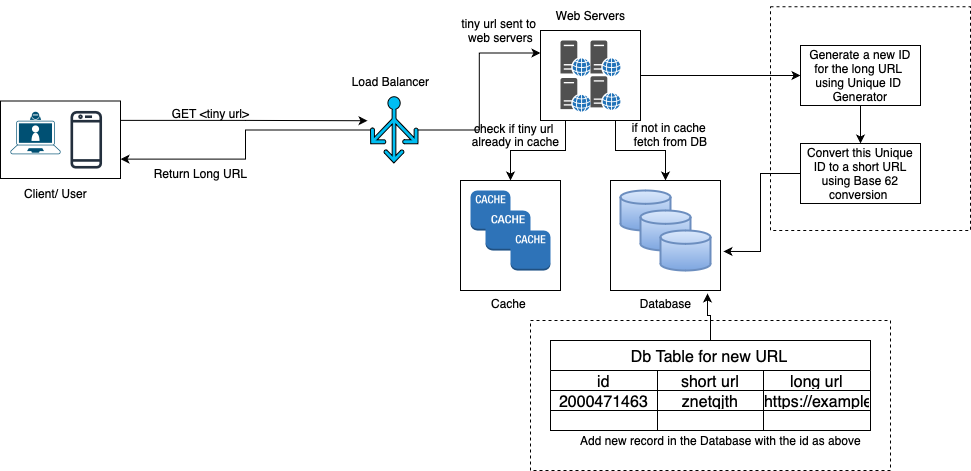
Earlier version of the draw.io export Designs/HLD/URL Shortener.png (chetana-c/SystemDesign). Source tidied: cells renumbered, new cells last; positions are measured from the earlier drawing's top-left corner, leaving out a move shared by most shapes. Source of this version:
```xml
<mxGraphModel>
  <root>
    <mxCell id="0" />
    <mxCell id="1" parent="0" />
    <mxCell id="2" style="sketch=0;fontColor=#232F3E;gradientColor=none;fillColor=#232F3D;strokeColor=none;dashed=0;verticalLabelPosition=bottom;verticalAlign=top;align=center;html=1;fontSize=12;fontStyle=0;shape=mxgraph.aws4.mobile_client;" parent="1" vertex="1">
      <mxGeometry x="70" y="109.2" width="31.5" height="60" as="geometry" />
    </mxCell>
    <mxCell id="3" style="verticalLabelPosition=bottom;sketch=0;html=1;verticalAlign=top;align=center;shape=mxgraph.cisco19.laptop_video_client;fillColor=#005073;strokeColor=none;" parent="1" vertex="1">
      <mxGeometry x="10" y="111.2" width="50" height="42.5" as="geometry" />
    </mxCell>
    <mxCell id="4" style="rounded=0;whiteSpace=wrap;html=1;fillColor=none;" parent="1" vertex="1">
      <mxGeometry y="100.5" width="120" height="77.5" as="geometry" />
    </mxCell>
    <mxCell id="5" style="edgeStyle=orthogonalEdgeStyle;rounded=0;jettySize=auto;html=1;entryX=0;entryY=0.25;entryDx=0;entryDy=0;" parent="1" edge="1" source="7" target="16">
      <mxGeometry relative="1" as="geometry" />
    </mxCell>
    <mxCell id="6" style="edgeStyle=orthogonalEdgeStyle;rounded=0;jettySize=auto;html=1;entryX=1;entryY=0.75;entryDx=0;entryDy=0;" parent="1" edge="1" source="7" target="4">
      <mxGeometry relative="1" as="geometry" />
    </mxCell>
    <mxCell id="7" style="verticalLabelPosition=bottom;html=1;verticalAlign=top;align=center;strokeColor=default;fillColor=#00BEF2;shape=mxgraph.azure.load_balancer_generic;" parent="1" vertex="1">
      <mxGeometry x="370" y="96.2" width="47.5" height="66.2" as="geometry" />
    </mxCell>
    <mxCell id="8" style="edgeStyle=orthogonalEdgeStyle;rounded=0;jettySize=auto;html=1;exitX=1;exitY=0.25;exitDx=0;exitDy=0;entryX=-0.063;entryY=0.362;entryDx=0;entryDy=0;entryPerimeter=0;" parent="1" edge="1" source="4" target="7">
      <mxGeometry relative="1" as="geometry" />
    </mxCell>
    <mxCell id="9" style="sketch=0;shadow=0;dashed=0;html=1;strokeColor=none;fillColor=#505050;labelPosition=center;verticalLabelPosition=bottom;verticalAlign=top;align=center;shape=mxgraph.office.servers.web_server_blue;" parent="1" vertex="1">
      <mxGeometry x="590" y="75.8" width="30" height="33.8" as="geometry" />
    </mxCell>
    <mxCell id="10" style="sketch=0;shadow=0;dashed=0;html=1;strokeColor=none;fillColor=#505050;labelPosition=center;verticalLabelPosition=bottom;verticalAlign=top;align=center;shape=mxgraph.office.servers.web_server_blue;" parent="1" vertex="1">
      <mxGeometry x="560" y="77.5" width="30" height="33.8" as="geometry" />
    </mxCell>
    <mxCell id="11" style="sketch=0;shadow=0;dashed=0;html=1;strokeColor=none;fillColor=#505050;labelPosition=center;verticalLabelPosition=bottom;verticalAlign=top;align=center;shape=mxgraph.office.servers.web_server_blue;" parent="1" vertex="1">
      <mxGeometry x="560" y="40" width="30" height="35.8" as="geometry" />
    </mxCell>
    <mxCell id="12" style="sketch=0;shadow=0;dashed=0;html=1;strokeColor=none;fillColor=#505050;labelPosition=center;verticalLabelPosition=bottom;verticalAlign=top;align=center;shape=mxgraph.office.servers.web_server_blue;" parent="1" vertex="1">
      <mxGeometry x="590" y="40" width="30" height="35.8" as="geometry" />
    </mxCell>
    <mxCell id="13" style="edgeStyle=orthogonalEdgeStyle;rounded=0;jettySize=auto;html=1;exitX=0.25;exitY=1;exitDx=0;exitDy=0;entryX=0.5;entryY=0;entryDx=0;entryDy=0;" parent="1" edge="1" source="16" target="21">
      <mxGeometry relative="1" as="geometry" />
    </mxCell>
    <mxCell id="14" style="edgeStyle=orthogonalEdgeStyle;rounded=0;jettySize=auto;html=1;exitX=0.75;exitY=1;exitDx=0;exitDy=0;entryX=0.5;entryY=0;entryDx=0;entryDy=0;" parent="1" edge="1" source="16" target="25">
      <mxGeometry relative="1" as="geometry" />
    </mxCell>
    <mxCell id="15" style="edgeStyle=orthogonalEdgeStyle;rounded=0;jettySize=auto;html=1;exitX=1;exitY=0.5;exitDx=0;exitDy=0;entryX=0;entryY=0.5;entryDx=0;entryDy=0;" parent="1" edge="1" source="16" target="36">
      <mxGeometry relative="1" as="geometry" />
    </mxCell>
    <mxCell id="16" style="rounded=0;whiteSpace=wrap;html=1;fillColor=none;" parent="1" vertex="1">
      <mxGeometry x="540" y="30" width="100" height="90" as="geometry" />
    </mxCell>
    <mxCell id="17" value="Web Servers" style="text;html=1;align=center;verticalAlign=middle;strokeColor=none;fillColor=none;" parent="1" vertex="1">
      <mxGeometry x="545" width="90" height="30" as="geometry" />
    </mxCell>
    <mxCell id="18" style="dashed=0;verticalLabelPosition=bottom;verticalAlign=top;align=center;html=1;shape=mxgraph.aws3.cache_node;fillColor=#2E73B8;gradientColor=none;" parent="1" vertex="1">
      <mxGeometry x="470" y="190" width="40" height="40" as="geometry" />
    </mxCell>
    <mxCell id="19" style="dashed=0;verticalLabelPosition=bottom;verticalAlign=top;align=center;html=1;shape=mxgraph.aws3.cache_node;fillColor=#2E73B8;gradientColor=none;" parent="1" vertex="1">
      <mxGeometry x="485" y="210" width="45" height="40" as="geometry" />
    </mxCell>
    <mxCell id="20" style="dashed=0;verticalLabelPosition=bottom;verticalAlign=top;align=center;html=1;shape=mxgraph.aws3.cache_node;fillColor=#2E73B8;gradientColor=none;" parent="1" vertex="1">
      <mxGeometry x="510" y="230" width="40" height="40" as="geometry" />
    </mxCell>
    <mxCell id="21" style="rounded=0;whiteSpace=wrap;html=1;fillColor=none;" parent="1" vertex="1">
      <mxGeometry x="460" y="180" width="100" height="110" as="geometry" />
    </mxCell>
    <mxCell id="22" style="strokeWidth=2;html=1;shape=mxgraph.flowchart.database;whiteSpace=wrap;fillColor=#dae8fc;gradientColor=#7ea6e0;strokeColor=#6c8ebf;" parent="1" vertex="1">
      <mxGeometry x="620" y="190" width="50" height="40" as="geometry" />
    </mxCell>
    <mxCell id="23" style="strokeWidth=2;html=1;shape=mxgraph.flowchart.database;whiteSpace=wrap;fillColor=#dae8fc;gradientColor=#7ea6e0;strokeColor=#6c8ebf;" parent="1" vertex="1">
      <mxGeometry x="640" y="210" width="50" height="40" as="geometry" />
    </mxCell>
    <mxCell id="24" style="strokeWidth=2;html=1;shape=mxgraph.flowchart.database;whiteSpace=wrap;fillColor=#dae8fc;gradientColor=#7ea6e0;strokeColor=#6c8ebf;" parent="1" vertex="1">
      <mxGeometry x="660" y="230" width="50" height="40" as="geometry" />
    </mxCell>
    <mxCell id="25" style="rounded=0;whiteSpace=wrap;html=1;fillColor=none;" parent="1" vertex="1">
      <mxGeometry x="610" y="180" width="110" height="110" as="geometry" />
    </mxCell>
    <mxCell id="26" value="Load Balancer" style="text;html=1;align=center;verticalAlign=middle;strokeColor=none;fillColor=none;" parent="1" vertex="1">
      <mxGeometry x="340" y="66.2" width="100" height="30" as="geometry" />
    </mxCell>
    <mxCell id="27" value="Database" style="text;html=1;align=center;verticalAlign=middle;strokeColor=none;fillColor=none;" parent="1" vertex="1">
      <mxGeometry x="630" y="288" width="70" height="30" as="geometry" />
    </mxCell>
    <mxCell id="28" value="Cache" style="text;html=1;align=center;verticalAlign=middle;strokeColor=none;fillColor=none;" parent="1" vertex="1">
      <mxGeometry x="477.5" y="288" width="60" height="30" as="geometry" />
    </mxCell>
    <mxCell id="29" value="Client/ User" style="text;html=1;align=center;verticalAlign=middle;strokeColor=none;fillColor=none;" parent="1" vertex="1">
      <mxGeometry x="10" y="178" width="90" height="30" as="geometry" />
    </mxCell>
    <mxCell id="30" value="GET &amp;lt;tiny url&amp;gt;" style="text;html=1;align=center;verticalAlign=middle;strokeColor=none;fillColor=none;" parent="1" vertex="1">
      <mxGeometry x="160" y="98" width="100" height="30" as="geometry" />
    </mxCell>
    <mxCell id="31" value="Return Long URL" style="text;html=1;align=center;verticalAlign=middle;strokeColor=none;fillColor=none;" parent="1" vertex="1">
      <mxGeometry x="140" y="158" width="120" height="30" as="geometry" />
    </mxCell>
    <mxCell id="32" value="tiny url sent to&amp;nbsp;&lt;div&gt;web servers&lt;/div&gt;" style="text;html=1;align=center;verticalAlign=middle;strokeColor=none;fillColor=none;" parent="1" vertex="1">
      <mxGeometry x="450" y="10" width="100" height="40" as="geometry" />
    </mxCell>
    <mxCell id="33" value="check if tiny url&amp;nbsp;&lt;div style=&quot;line-height: 100%;&quot;&gt;already in cache&lt;/div&gt;" style="text;html=1;align=center;verticalAlign=middle;strokeColor=none;fillColor=none;" parent="1" vertex="1">
      <mxGeometry x="460" y="113.8" width="110" height="40" as="geometry" />
    </mxCell>
    <mxCell id="34" value="if not in cache&amp;nbsp;&lt;div&gt;fetch from DB&lt;/div&gt;&lt;div&gt;&lt;br&gt;&lt;/div&gt;" style="text;html=1;align=center;verticalAlign=middle;strokeColor=none;fillColor=none;" parent="1" vertex="1">
      <mxGeometry x="620" y="111.2" width="100" height="60" as="geometry" />
    </mxCell>
    <mxCell id="35" style="edgeStyle=orthogonalEdgeStyle;rounded=0;jettySize=auto;html=1;entryX=0.5;entryY=0;entryDx=0;entryDy=0;" parent="1" edge="1" source="36" target="37">
      <mxGeometry relative="1" as="geometry" />
    </mxCell>
    <mxCell id="36" value="Generate a new ID for the long URL&amp;nbsp;&lt;div&gt;using Unique ID&amp;nbsp;&lt;/div&gt;&lt;div&gt;Generator&lt;/div&gt;" style="whiteSpace=wrap;html=1;fillColor=none;" parent="1" vertex="1">
      <mxGeometry x="800" y="45" width="120" height="60" as="geometry" />
    </mxCell>
    <mxCell id="37" value="Convert this Unique ID to a short URL using Base 62 conversion&amp;nbsp;" style="whiteSpace=wrap;html=1;fillColor=none;" parent="1" vertex="1">
      <mxGeometry x="800" y="143" width="120" height="60" as="geometry" />
    </mxCell>
    <mxCell id="38" value="Db Table for new URL" style="shape=table;startSize=30;strokeColor=default;fontSize=16;" parent="1" vertex="1">
      <mxGeometry x="550" y="340" width="320" height="90" as="geometry" />
    </mxCell>
    <mxCell id="39" style="shape=tableRow;horizontal=0;startSize=0;swimlaneHead=0;swimlaneBody=0;strokeColor=inherit;top=0;left=0;bottom=0;right=0;fillColor=none;fontSize=16;" parent="38" vertex="1">
      <mxGeometry y="30" width="320" height="20" as="geometry" />
    </mxCell>
    <mxCell id="40" value="id" style="shape=partialRectangle;html=1;whiteSpace=wrap;strokeColor=inherit;overflow=hidden;fillColor=none;top=0;left=0;bottom=0;right=0;fontSize=16;" parent="39" vertex="1">
      <mxGeometry width="107" height="20" as="geometry" />
    </mxCell>
    <mxCell id="41" value="short url" style="shape=partialRectangle;html=1;whiteSpace=wrap;strokeColor=inherit;overflow=hidden;fillColor=none;top=0;left=0;bottom=0;right=0;fontSize=16;" parent="39" vertex="1">
      <mxGeometry x="107" width="106" height="20" as="geometry" />
    </mxCell>
    <mxCell id="42" value="long url" style="shape=partialRectangle;html=1;whiteSpace=wrap;strokeColor=inherit;overflow=hidden;fillColor=none;top=0;left=0;bottom=0;right=0;fontSize=16;" parent="39" vertex="1">
      <mxGeometry x="213" width="107" height="20" as="geometry" />
    </mxCell>
    <mxCell id="43" style="shape=tableRow;horizontal=0;startSize=0;swimlaneHead=0;swimlaneBody=0;strokeColor=inherit;top=0;left=0;bottom=0;right=0;fillColor=none;fontSize=16;" parent="38" vertex="1">
      <mxGeometry y="50" width="320" height="20" as="geometry" />
    </mxCell>
    <mxCell id="44" value="2000471463" style="shape=partialRectangle;html=1;whiteSpace=wrap;strokeColor=inherit;overflow=hidden;fillColor=none;top=0;left=0;bottom=0;right=0;fontSize=16;" parent="43" vertex="1">
      <mxGeometry width="107" height="20" as="geometry" />
    </mxCell>
    <mxCell id="45" value="znetqjth" style="shape=partialRectangle;html=1;whiteSpace=wrap;strokeColor=inherit;overflow=hidden;fillColor=none;top=0;left=0;bottom=0;right=0;fontSize=16;" parent="43" vertex="1">
      <mxGeometry x="107" width="106" height="20" as="geometry" />
    </mxCell>
    <mxCell id="46" value="https://example.longurl" style="shape=partialRectangle;html=1;whiteSpace=wrap;strokeColor=inherit;overflow=hidden;fillColor=none;top=0;left=0;bottom=0;right=0;fontSize=16;" parent="43" vertex="1">
      <mxGeometry x="213" width="107" height="20" as="geometry" />
    </mxCell>
    <mxCell id="47" style="shape=tableRow;horizontal=0;startSize=0;swimlaneHead=0;swimlaneBody=0;strokeColor=inherit;top=0;left=0;bottom=0;right=0;fillColor=none;fontSize=16;" parent="38" vertex="1">
      <mxGeometry y="70" width="320" height="20" as="geometry" />
    </mxCell>
    <mxCell id="48" style="shape=partialRectangle;html=1;whiteSpace=wrap;strokeColor=inherit;overflow=hidden;fillColor=none;top=0;left=0;bottom=0;right=0;fontSize=16;" parent="47" vertex="1">
      <mxGeometry width="107" height="20" as="geometry" />
    </mxCell>
    <mxCell id="49" style="shape=partialRectangle;html=1;whiteSpace=wrap;strokeColor=inherit;overflow=hidden;fillColor=none;top=0;left=0;bottom=0;right=0;fontSize=16;" parent="47" vertex="1">
      <mxGeometry x="107" width="106" height="20" as="geometry" />
    </mxCell>
    <mxCell id="50" style="shape=partialRectangle;html=1;whiteSpace=wrap;strokeColor=inherit;overflow=hidden;fillColor=none;top=0;left=0;bottom=0;right=0;fontSize=16;" parent="47" vertex="1">
      <mxGeometry x="213" width="107" height="20" as="geometry" />
    </mxCell>
    <mxCell id="51" value="Add new record in the Database with the id as above" style="text;html=1;align=center;verticalAlign=middle;strokeColor=none;fillColor=none;" parent="1" vertex="1">
      <mxGeometry x="570" y="425" width="300" height="30" as="geometry" />
    </mxCell>
    <mxCell id="52" style="edgeStyle=orthogonalEdgeStyle;rounded=0;jettySize=auto;html=1;entryX=1.027;entryY=0.645;entryDx=0;entryDy=0;entryPerimeter=0;" parent="1" edge="1" source="37" target="25">
      <mxGeometry relative="1" as="geometry" />
    </mxCell>
    <mxCell id="53" style="edgeStyle=orthogonalEdgeStyle;rounded=0;jettySize=auto;html=1;entryX=0.882;entryY=1.027;entryDx=0;entryDy=0;entryPerimeter=0;" parent="1" edge="1" source="38" target="25">
      <mxGeometry relative="1" as="geometry" />
    </mxCell>
    <mxCell id="54" style="rounded=0;whiteSpace=wrap;html=1;fillColor=none;dashed=1;" parent="1" vertex="1">
      <mxGeometry x="770" y="6.2" width="200" height="223.8" as="geometry" />
    </mxCell>
    <mxCell id="55" style="rounded=0;whiteSpace=wrap;html=1;fillColor=none;dashed=1;" parent="1" vertex="1">
      <mxGeometry x="530" y="320" width="360" height="150" as="geometry" />
    </mxCell>
  </root>
</mxGraphModel>
```
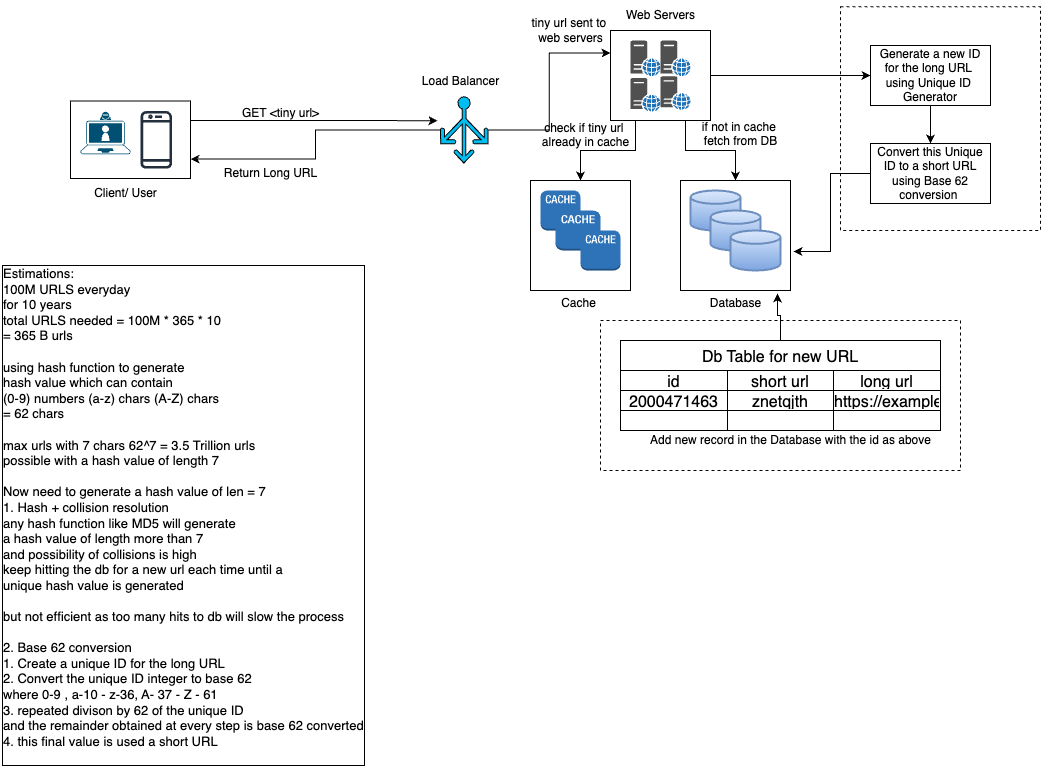
The same file after the commit.

Change to the diagram source:
```diff
@@ -164,5 +164,8 @@
     <mxCell id="55" style="rounded=0;whiteSpace=wrap;html=1;fillColor=none;dashed=1;" parent="1" vertex="1">
       <mxGeometry x="530" y="320" width="360" height="150" as="geometry" />
     </mxCell>
+    <mxCell id="56" value="&lt;div style=&quot;font-size: 13px;&quot;&gt;&lt;font style=&quot;font-size: 13px;&quot;&gt;Estimations:&amp;nbsp;&lt;/font&gt;&lt;/div&gt;&lt;div style=&quot;font-size: 13px;&quot;&gt;&lt;font style=&quot;font-size: 13px;&quot;&gt;100M URLS everyday&lt;/font&gt;&lt;/div&gt;&lt;div style=&quot;font-size: 13px;&quot;&gt;&lt;font style=&quot;font-size: 13px;&quot;&gt;for 10 years&lt;/font&gt;&lt;/div&gt;&lt;div style=&quot;font-size: 13px;&quot;&gt;&lt;font style=&quot;font-size: 13px;&quot;&gt;total URLS needed = 100M * 365 * 10&lt;/font&gt;&lt;/div&gt;&lt;div style=&quot;font-size: 13px;&quot;&gt;&lt;font style=&quot;font-size: 13px;&quot;&gt;= 365 B urls&lt;/font&gt;&lt;/div&gt;&lt;div style=&quot;font-size: 13px;&quot;&gt;&lt;font style=&quot;font-size: 13px;&quot;&gt;&lt;br&gt;&lt;/font&gt;&lt;/div&gt;&lt;div style=&quot;font-size: 13px;&quot;&gt;&lt;font style=&quot;font-size: 13px;&quot;&gt;using hash function to generate&lt;/font&gt;&lt;/div&gt;&lt;div style=&quot;font-size: 13px;&quot;&gt;&lt;font style=&quot;font-size: 13px;&quot;&gt;hash value&lt;span style=&quot;background-color: initial;&quot;&gt;&amp;nbsp;which can contain&amp;nbsp;&amp;nbsp;&lt;/span&gt;&lt;/font&gt;&lt;/div&gt;&lt;div style=&quot;font-size: 13px;&quot;&gt;&lt;font style=&quot;font-size: 13px;&quot;&gt;(0-9) numbers (a-z) chars (A-Z) chars&lt;/font&gt;&lt;/div&gt;&lt;div style=&quot;font-size: 13px;&quot;&gt;&lt;font style=&quot;font-size: 13px;&quot;&gt;= 62 chars&lt;/font&gt;&lt;/div&gt;&lt;div style=&quot;font-size: 13px;&quot;&gt;&lt;font style=&quot;font-size: 13px;&quot;&gt;&lt;br&gt;&lt;/font&gt;&lt;/div&gt;&lt;div style=&quot;font-size: 13px;&quot;&gt;&lt;font style=&quot;font-size: 13px;&quot;&gt;max urls with 7 chars 62^7 = 3.5 Trillion urls&lt;/font&gt;&lt;/div&gt;&lt;div style=&quot;font-size: 13px;&quot;&gt;&lt;font style=&quot;font-size: 13px;&quot;&gt;possible with a hash value of length 7&amp;nbsp;&lt;/font&gt;&lt;/div&gt;&lt;div style=&quot;font-size: 13px;&quot;&gt;&lt;font style=&quot;font-size: 13px;&quot;&gt;&lt;br&gt;&lt;/font&gt;&lt;/div&gt;&lt;div style=&quot;font-size: 13px;&quot;&gt;&lt;font style=&quot;font-size: 13px;&quot;&gt;Now need to generate a hash value of len = 7&lt;/font&gt;&lt;/div&gt;&lt;div style=&quot;font-size: 13px;&quot;&gt;&lt;font style=&quot;font-size: 13px;&quot;&gt;1. Hash + collision resolution&amp;nbsp;&lt;/font&gt;&lt;/div&gt;&lt;div style=&quot;font-size: 13px;&quot;&gt;&lt;font style=&quot;font-size: 13px;&quot;&gt;any hash function like MD5 will generate&amp;nbsp;&lt;/font&gt;&lt;/div&gt;&lt;div style=&quot;font-size: 13px;&quot;&gt;&lt;font style=&quot;font-size: 13px;&quot;&gt;a hash value of length more than 7&amp;nbsp;&lt;/font&gt;&lt;/div&gt;&lt;div style=&quot;font-size: 13px;&quot;&gt;&lt;font style=&quot;font-size: 13px;&quot;&gt;and possibility of collisions is high&amp;nbsp;&lt;/font&gt;&lt;/div&gt;&lt;div style=&quot;font-size: 13px;&quot;&gt;&lt;font style=&quot;font-size: 13px;&quot;&gt;keep hitting the db for a new url each time until a&lt;/font&gt;&lt;/div&gt;&lt;div style=&quot;font-size: 13px;&quot;&gt;&lt;font style=&quot;font-size: 13px;&quot;&gt;unique hash value is generated&lt;/font&gt;&lt;/div&gt;&lt;div style=&quot;font-size: 13px;&quot;&gt;&lt;font style=&quot;font-size: 13px;&quot;&gt;&lt;br&gt;&lt;/font&gt;&lt;/div&gt;&lt;div style=&quot;font-size: 13px;&quot;&gt;&lt;font style=&quot;font-size: 13px;&quot;&gt;but not efficient as too many hits to db will slow the process&lt;/font&gt;&lt;/div&gt;&lt;div style=&quot;font-size: 13px;&quot;&gt;&lt;font style=&quot;font-size: 13px;&quot;&gt;&lt;br&gt;&lt;/font&gt;&lt;/div&gt;&lt;div style=&quot;font-size: 13px;&quot;&gt;&lt;font style=&quot;font-size: 13px;&quot;&gt;2. Base 62 conversion&lt;/font&gt;&lt;/div&gt;&lt;div style=&quot;font-size: 13px;&quot;&gt;&lt;font style=&quot;font-size: 13px;&quot;&gt;1. Create a unique ID for the long URL&amp;nbsp;&lt;/font&gt;&lt;/div&gt;&lt;div style=&quot;font-size: 13px;&quot;&gt;&lt;font style=&quot;font-size: 13px;&quot;&gt;2. Convert the unique ID integer to base 62&amp;nbsp;&lt;/font&gt;&lt;/div&gt;&lt;div style=&quot;font-size: 13px;&quot;&gt;&lt;font style=&quot;font-size: 13px;&quot;&gt;where 0-9 , a-10 - z-36, A- 37 - Z - 61&lt;/font&gt;&lt;/div&gt;&lt;div style=&quot;font-size: 13px;&quot;&gt;&lt;font style=&quot;font-size: 13px;&quot;&gt;3. repeated divison by 62 of the unique ID&lt;/font&gt;&lt;/div&gt;&lt;div style=&quot;font-size: 13px;&quot;&gt;&lt;font style=&quot;font-size: 13px;&quot;&gt;and the remainder obtained at every step is base 62 converted&lt;/font&gt;&lt;/div&gt;&lt;div style=&quot;font-size: 13px;&quot;&gt;&lt;font style=&quot;font-size: 13px;&quot;&gt;4. this final value is used a short URL&lt;/font&gt;&lt;/div&gt;&lt;div style=&quot;font-size: 13px;&quot;&gt;&lt;span style=&quot;background-color: initial;&quot;&gt;&lt;br&gt;&lt;/span&gt;&lt;/div&gt;" style="text;html=1;align=left;verticalAlign=middle;strokeColor=none;fillColor=none;labelBorderColor=default;" parent="1" vertex="1">
+      <mxGeometry x="-70" y="260" width="380" height="510" as="geometry" />
+    </mxCell>
   </root>
 </mxGraphModel>
```
